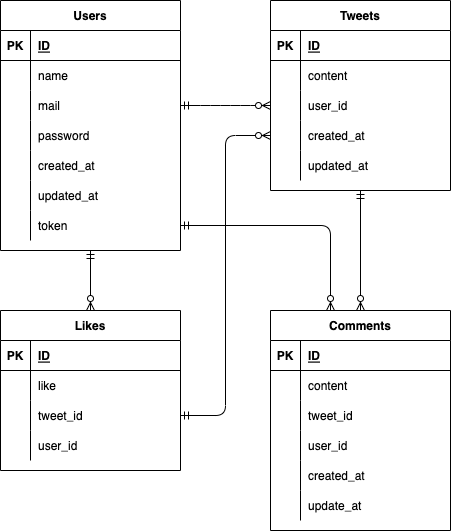
The draw.io diagram ER.drawio.png in masanarimiura/Twitter-SNS-app, before a commit. Source tidied: cells renumbered, new cells last; positions are measured from the earlier drawing's top-left corner, leaving out a move shared by most shapes.
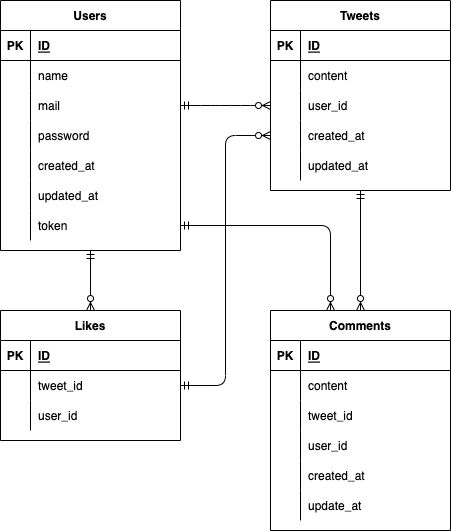
Above is the later version.

The edit, as a diff of the source:
```diff
@@ -174,7 +174,7 @@
       <mxGeometry x="30" width="150" height="30" as="geometry" />
     </mxCell>
     <mxCell id="59" value="Likes" style="shape=table;startSize=30;rowLines=0;fontStyle=1;align=center;" parent="1" vertex="1">
-      <mxGeometry y="310" width="180" height="160" as="geometry" />
+      <mxGeometry y="310" width="180" height="130" as="geometry" />
     </mxCell>
     <mxCell id="60" style="shape=partialRectangle;fillColor=none;top=0;left=0;bottom=1;right=0;" parent="59" vertex="1">
       <mxGeometry y="30" width="180" height="30" as="geometry" />
@@ -185,17 +185,8 @@
     <mxCell id="62" value="ID" style="shape=partialRectangle;fillColor=none;top=0;left=0;bottom=0;right=0;align=left;spacingLeft=6;fontStyle=5;overflow=hidden;" parent="60" vertex="1">
       <mxGeometry x="30" width="150" height="30" as="geometry" />
     </mxCell>
-    <mxCell id="63" style="shape=partialRectangle;fillColor=none;top=0;left=0;bottom=0;right=0;" parent="59" vertex="1">
-      <mxGeometry y="60" width="180" height="30" as="geometry" />
-    </mxCell>
-    <mxCell id="64" style="shape=partialRectangle;fillColor=none;top=0;left=0;bottom=0;right=0;overflow=hidden;" parent="63" vertex="1">
-      <mxGeometry width="30" height="30" as="geometry" />
-    </mxCell>
-    <mxCell id="65" value="like" style="shape=partialRectangle;fillColor=none;top=0;left=0;bottom=0;right=0;align=left;spacingLeft=6;overflow=hidden;" parent="63" vertex="1">
-      <mxGeometry x="30" width="150" height="30" as="geometry" />
-    </mxCell>
     <mxCell id="66" style="shape=partialRectangle;fillColor=none;top=0;left=0;bottom=0;right=0;points=[[0,0.5],[1,0.5]];portConstraint=eastwest;" parent="59" vertex="1">
-      <mxGeometry y="90" width="180" height="30" as="geometry" />
+      <mxGeometry y="60" width="180" height="30" as="geometry" />
     </mxCell>
     <mxCell id="67" style="shape=partialRectangle;fillColor=none;top=0;left=0;bottom=0;right=0;overflow=hidden;" parent="66" vertex="1">
       <mxGeometry width="30" height="30" as="geometry" />
@@ -204,7 +195,7 @@
       <mxGeometry x="30" width="150" height="30" as="geometry" />
     </mxCell>
     <mxCell id="69" style="shape=partialRectangle;fillColor=none;top=0;left=0;bottom=0;right=0;" parent="59" vertex="1">
-      <mxGeometry y="120" width="180" height="30" as="geometry" />
+      <mxGeometry y="90" width="180" height="30" as="geometry" />
     </mxCell>
     <mxCell id="70" style="shape=partialRectangle;fillColor=none;top=0;left=0;bottom=0;right=0;overflow=hidden;" parent="69" vertex="1">
       <mxGeometry width="30" height="30" as="geometry" />
```
